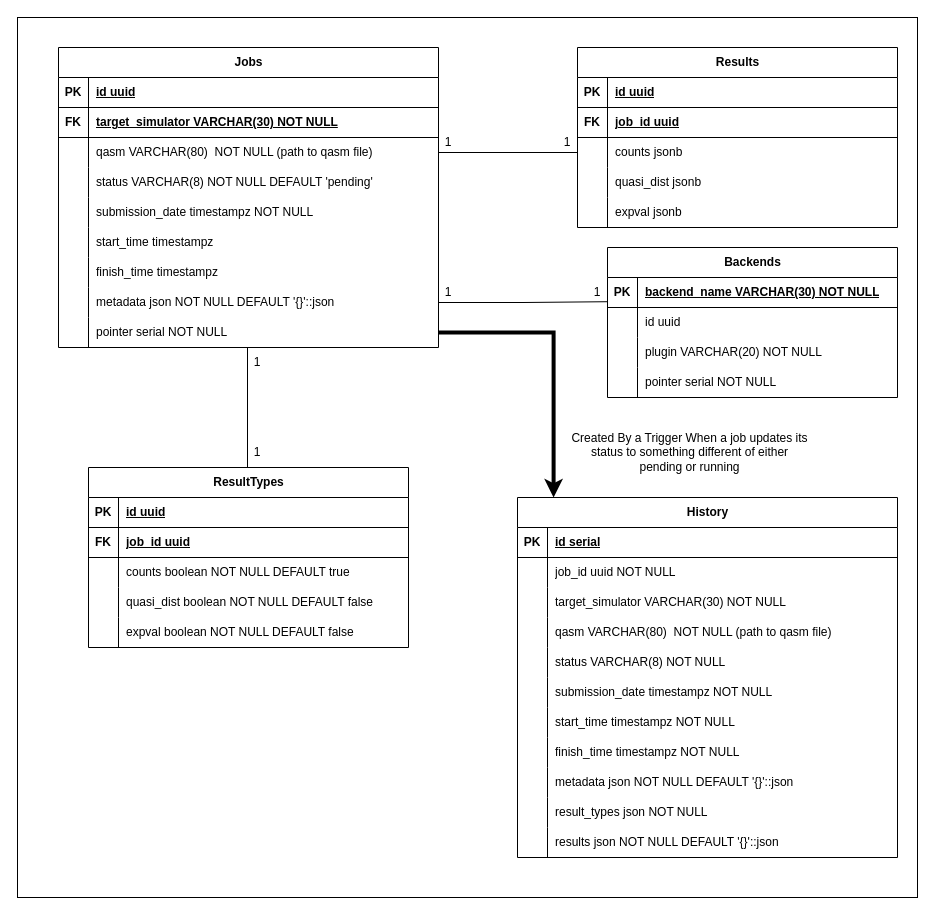
The draw.io diagram assets/database.drawio in Dpbm/qserver, before the edit. Source tidied: cells renumbered, new cells numbered last; positions are measured from the earlier drawing's top-left corner, leaving out a move shared by most shapes. Both pictures are drawn from the tidied source at 100%, with x=0, y=0 at pixel (17, 17).
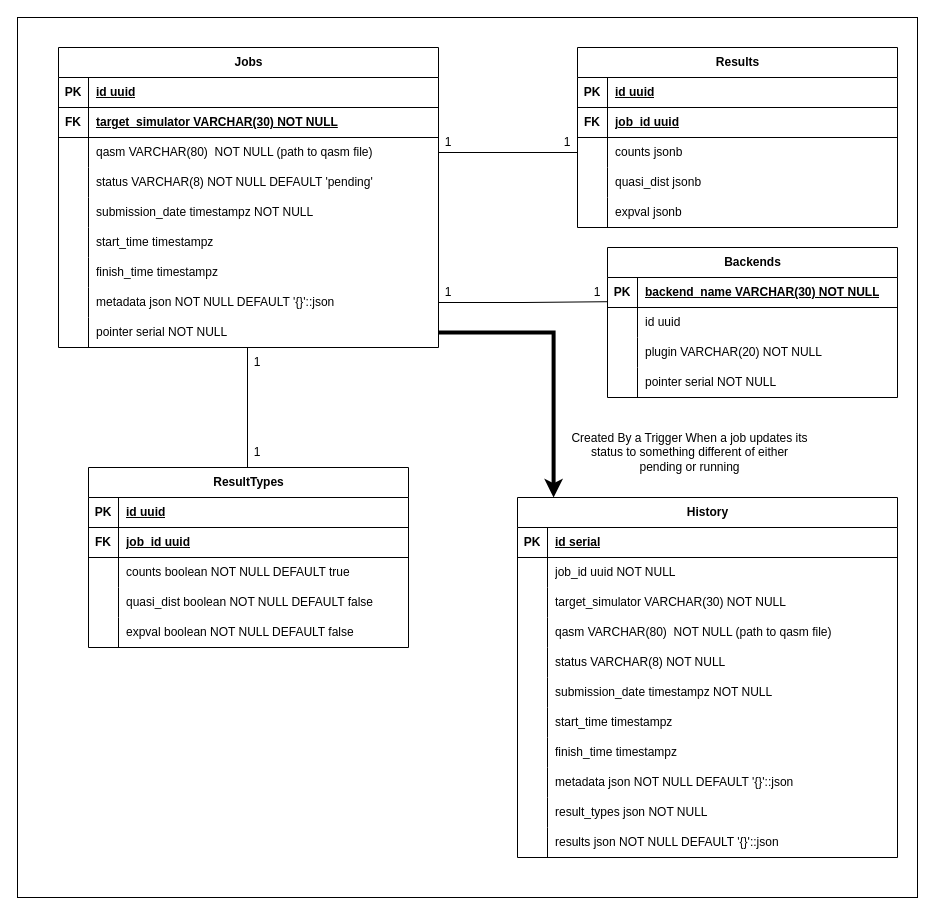
After the change.

The change refers to these unchanged cells:
```xml
<mxCell id="103" style="shape=tableRow;horizontal=0;startSize=0;swimlaneHead=0;swimlaneBody=0;fillColor=none;top=0;left=0;right=0;bottom=0;" parent="84" vertex="1">
  <mxGeometry y="210" width="380" height="30" as="geometry" />
</mxCell>
<mxCell id="106" style="shape=tableRow;horizontal=0;startSize=0;swimlaneHead=0;swimlaneBody=0;fillColor=none;top=0;left=0;right=0;bottom=0;" parent="84" vertex="1">
  <mxGeometry y="240" width="380" height="30" as="geometry" />
</mxCell>
```

The edit, as a diff of the source:
```diff
@@
-    <mxCell id="105" value="start_time timestampz NOT NULL" style="shape=partialRectangle;fillColor=none;top=0;left=0;bottom=0;right=0;align=left;spacingLeft=6;overflow=hidden;whiteSpace=wrap;html=1;" parent="103" vertex="1">
+    <mxCell id="105" value="start_time timestampz" style="shape=partialRectangle;fillColor=none;top=0;left=0;bottom=0;right=0;align=left;spacingLeft=6;overflow=hidden;whiteSpace=wrap;html=1;" parent="103" vertex="1">
       <mxGeometry x="30" width="350" height="30" as="geometry" />
     </mxCell>
@@
-    <mxCell id="108" value="finish_time timestampz NOT NULL" style="shape=partialRectangle;fillColor=none;top=0;left=0;bottom=0;right=0;align=left;spacingLeft=6;overflow=hidden;whiteSpace=wrap;html=1;" parent="106" vertex="1">
+    <mxCell id="108" value="finish_time timestampz" style="shape=partialRectangle;fillColor=none;top=0;left=0;bottom=0;right=0;align=left;spacingLeft=6;overflow=hidden;whiteSpace=wrap;html=1;" parent="106" vertex="1">
       <mxGeometry x="30" width="350" height="30" as="geometry" />
     </mxCell>
```
